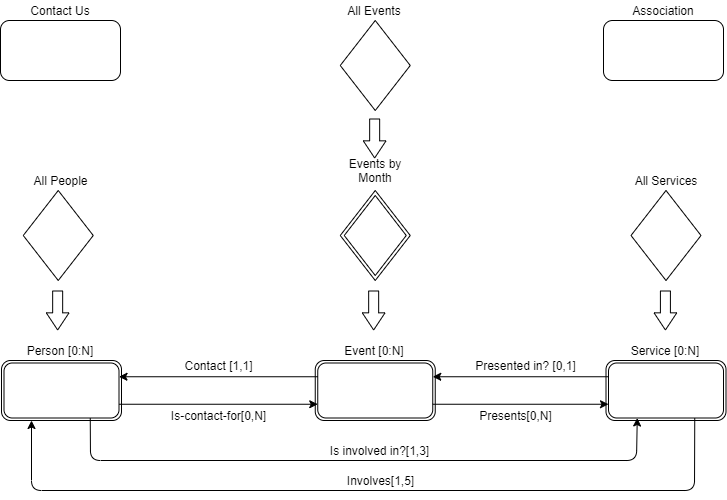
This is Design-Document/assets/C-IDM.png from alepas/hypermidia-project, a draw.io export, as it was before one commit. Source tidied: cells renumbered, new cells last; positions are measured from the earlier drawing's top-left corner, leaving out a move shared by most shapes.
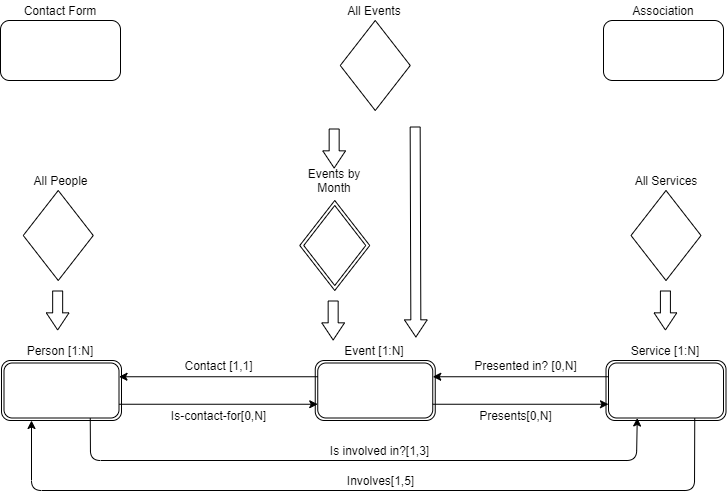
The same diagram one commit later.

The edit, as a diff of the source:
```diff
@@ -5,7 +5,7 @@
     <mxCell id="2" style="rounded=1;whiteSpace=wrap;html=1;" parent="1" vertex="1">
       <mxGeometry y="20" width="120" height="60" as="geometry" />
     </mxCell>
-    <mxCell id="3" value="Contact Us" style="text;html=1;strokeColor=none;fillColor=none;align=center;verticalAlign=middle;whiteSpace=wrap;rounded=0;" parent="1" vertex="1">
+    <mxCell id="3" value="Contact Form" style="text;html=1;strokeColor=none;fillColor=none;align=center;verticalAlign=middle;whiteSpace=wrap;rounded=0;" parent="1" vertex="1">
       <mxGeometry width="120" height="20" as="geometry" />
     </mxCell>
     <mxCell id="4" style="rounded=1;whiteSpace=wrap;html=1;" parent="1" vertex="1">
@@ -29,46 +29,30 @@
     <mxCell id="10" style="rhombus;whiteSpace=wrap;html=1;" parent="1" vertex="1">
       <mxGeometry x="339.8" y="20" width="70" height="90" as="geometry" />
     </mxCell>
-    <mxCell id="11" style="rhombus;whiteSpace=wrap;html=1;" parent="1" vertex="1">
-      <mxGeometry x="339.8" y="190" width="70" height="90" as="geometry" />
-    </mxCell>
     <mxCell id="12" value="All Events" style="text;html=1;strokeColor=none;fillColor=none;align=center;verticalAlign=middle;whiteSpace=wrap;rounded=0;" parent="1" vertex="1">
       <mxGeometry x="333.8" width="80" height="20" as="geometry" />
     </mxCell>
-    <mxCell id="13" style="rhombus;whiteSpace=wrap;html=1;" parent="1" vertex="1">
-      <mxGeometry x="343.8" y="195" width="62" height="80" as="geometry" />
-    </mxCell>
-    <mxCell id="14" value="Events by Month" style="text;html=1;strokeColor=none;fillColor=none;align=center;verticalAlign=middle;whiteSpace=wrap;rounded=0;" parent="1" vertex="1">
-      <mxGeometry x="334.8" y="160" width="80" height="20" as="geometry" />
-    </mxCell>
     <mxCell id="15" style="rounded=1;whiteSpace=wrap;html=1;" parent="1" vertex="1">
       <mxGeometry x="314.8" y="360" width="120" height="60" as="geometry" />
     </mxCell>
-    <mxCell id="16" value="Event [0:N]" style="text;html=1;strokeColor=none;fillColor=none;align=center;verticalAlign=middle;whiteSpace=wrap;rounded=0;" parent="1" vertex="1">
+    <mxCell id="16" value="Event [1:N]" style="text;html=1;strokeColor=none;fillColor=none;align=center;verticalAlign=middle;whiteSpace=wrap;rounded=0;" parent="1" vertex="1">
       <mxGeometry x="313.8" y="340" width="120" height="20" as="geometry" />
     </mxCell>
     <mxCell id="17" style="rounded=1;whiteSpace=wrap;html=1;" parent="1" vertex="1">
       <mxGeometry x="317.2" y="362.5" width="115" height="55" as="geometry" />
     </mxCell>
-    <mxCell id="18" style="shape=flexArrow;endArrow=classic;html=1;endWidth=11.764705882352942;endSize=5.3882352941176475;" parent="1" edge="1">
+    <mxCell id="18" style="shape=flexArrow;endArrow=classic;html=1;endWidth=11.764705882352942;endSize=5.3882352941176475;entryX=0.847;entryY=-0.15;entryDx=0;entryDy=0;entryPerimeter=0;" parent="1" edge="1" target="16">
       <mxGeometry relative="1" as="geometry">
-        <mxPoint x="374.2" y="118" as="sourcePoint" />
-        <mxPoint x="374.2" y="158" as="targetPoint" />
+        <mxPoint x="414.7" y="126" as="sourcePoint" />
       </mxGeometry>
     </mxCell>
-    <mxCell id="19" style="shape=flexArrow;endArrow=classic;html=1;endWidth=11.764705882352942;endSize=5.3882352941176475;" parent="1" edge="1">
-      <mxGeometry relative="1" as="geometry">
-        <mxPoint x="373.2" y="290" as="sourcePoint" />
-        <mxPoint x="373.2" y="330" as="targetPoint" />
-      </mxGeometry>
-    </mxCell>
     <mxCell id="20" value="Contact [1,1]" style="text;html=1;align=center;verticalAlign=middle;" parent="1" vertex="1">
       <mxGeometry x="177.8" y="355" width="80" height="20" as="geometry" />
     </mxCell>
     <mxCell id="21" style="rounded=1;whiteSpace=wrap;html=1;" parent="1" vertex="1">
       <mxGeometry x="1" y="360" width="120" height="60" as="geometry" />
     </mxCell>
-    <mxCell id="22" value="Person [0:N]" style="text;html=1;strokeColor=none;fillColor=none;align=center;verticalAlign=middle;whiteSpace=wrap;rounded=0;" parent="1" vertex="1">
+    <mxCell id="22" value="Person [1:N]" style="text;html=1;strokeColor=none;fillColor=none;align=center;verticalAlign=middle;whiteSpace=wrap;rounded=0;" parent="1" vertex="1">
       <mxGeometry y="340" width="120" height="20" as="geometry" />
     </mxCell>
     <mxCell id="23" style="rounded=1;whiteSpace=wrap;html=1;" parent="1" vertex="1">
@@ -86,7 +70,7 @@
     <mxCell id="27" style="rounded=1;whiteSpace=wrap;html=1;" parent="1" vertex="1">
       <mxGeometry x="605.5" y="360" width="120" height="60" as="geometry" />
     </mxCell>
-    <mxCell id="28" value="Service [0:N]" style="text;html=1;strokeColor=none;fillColor=none;align=center;verticalAlign=middle;whiteSpace=wrap;rounded=0;" parent="1" vertex="1">
+    <mxCell id="28" value="Service [1:N]" style="text;html=1;strokeColor=none;fillColor=none;align=center;verticalAlign=middle;whiteSpace=wrap;rounded=0;" parent="1" vertex="1">
       <mxGeometry x="604.5" y="340" width="120" height="20" as="geometry" />
     </mxCell>
     <mxCell id="29" style="rounded=1;whiteSpace=wrap;html=1;" parent="1" vertex="1">
@@ -101,7 +85,7 @@
     <mxCell id="32" style="endArrow=classic;html=1;exitX=0;exitY=0.25;exitDx=0;exitDy=0;entryX=1;entryY=0.25;entryDx=0;entryDy=0;" parent="1" edge="1" source="29" target="17">
       <mxGeometry relative="1" as="geometry" />
     </mxCell>
-    <mxCell id="33" value="Presented in? [0,1]" style="text;html=1;align=center;verticalAlign=middle;" parent="1" vertex="1">
+    <mxCell id="33" value="Presented in? [0,N]" style="text;html=1;align=center;verticalAlign=middle;" parent="1" vertex="1">
       <mxGeometry x="465" y="355" width="120" height="20" as="geometry" />
     </mxCell>
     <mxCell id="34" style="shape=flexArrow;endArrow=classic;html=1;endWidth=11.764705882352942;endSize=5.3882352941176475;" parent="1" edge="1">
@@ -138,5 +122,26 @@
     <mxCell id="39" value="Involves[1,5]" style="text;html=1;align=center;verticalAlign=middle;" parent="1" vertex="1">
       <mxGeometry x="339.8" y="470" width="80" height="20" as="geometry" />
     </mxCell>
+    <mxCell id="40" style="rhombus;whiteSpace=wrap;html=1;" parent="1" vertex="1">
+      <mxGeometry x="299.2" y="200" width="70" height="90" as="geometry" />
+    </mxCell>
+    <mxCell id="41" style="rhombus;whiteSpace=wrap;html=1;" parent="1" vertex="1">
+      <mxGeometry x="303.2" y="205" width="62" height="80" as="geometry" />
+    </mxCell>
+    <mxCell id="14" value="Events by Month" style="text;html=1;strokeColor=none;fillColor=none;align=center;verticalAlign=middle;whiteSpace=wrap;rounded=0;" parent="1" vertex="1">
+      <mxGeometry x="294.2" y="170" width="80" height="20" as="geometry" />
+    </mxCell>
+    <mxCell id="42" style="shape=flexArrow;endArrow=classic;html=1;endWidth=11.764705882352942;endSize=5.3882352941176475;" parent="1" edge="1">
+      <mxGeometry relative="1" as="geometry">
+        <mxPoint x="333.7" y="128" as="sourcePoint" />
+        <mxPoint x="333.7" y="168" as="targetPoint" />
+      </mxGeometry>
+    </mxCell>
+    <mxCell id="43" style="shape=flexArrow;endArrow=classic;html=1;endWidth=11.764705882352942;endSize=5.3882352941176475;" parent="1" edge="1">
+      <mxGeometry relative="1" as="geometry">
+        <mxPoint x="332.7" y="300" as="sourcePoint" />
+        <mxPoint x="332.7" y="340" as="targetPoint" />
+      </mxGeometry>
+    </mxCell>
   </root>
 </mxGraphModel>
```
